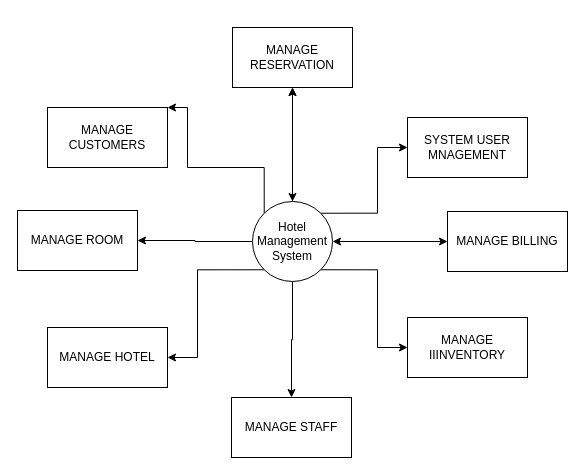
Above: Context Diagram.drawio in CS-Krishna/Draw.io (draw.io), before the change. Source tidied: cells renumbered, new cells numbered last; positions are measured from the earlier drawing's top-left corner, leaving out a move shared by most shapes. Both pictures are drawn from the tidied source at 100%, with x=0, y=0 at pixel (17, 27).
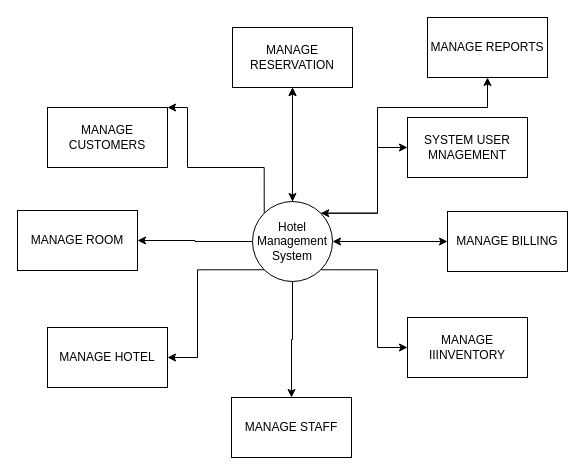
After the change.

Unchanged cells that the change refers to:
```xml
<mxCell id="11" value="Hotel Management System" style="ellipse;whiteSpace=wrap;html=1;" parent="1" vertex="1">
  <mxGeometry x="235" y="174" width="80" height="80" as="geometry" />
</mxCell>
```

Change to the diagram source:
```diff
@@
+    <mxCell id="20" style="edgeStyle=orthogonalEdgeStyle;rounded=0;jettySize=auto;html=1;exitX=1;exitY=0;exitDx=0;exitDy=0;entryX=0.5;entryY=1;entryDx=0;entryDy=0;startArrow=classic;startFill=1;" parent="1" edge="1" source="11" target="21">
+      <mxGeometry relative="1" as="geometry">
+        <Array as="points">
+          <mxPoint x="360" y="186" />
+          <mxPoint x="360" y="80" />
+          <mxPoint x="470" y="80" />
+        </Array>
+      </mxGeometry>
+    </mxCell>
@@
+    <mxCell id="21" value="MANAGE REPORTS" style="rounded=0;whiteSpace=wrap;html=1;" parent="1" vertex="1">
+      <mxGeometry x="410" y="-10" width="120" height="60" as="geometry" />
+    </mxCell>
```
